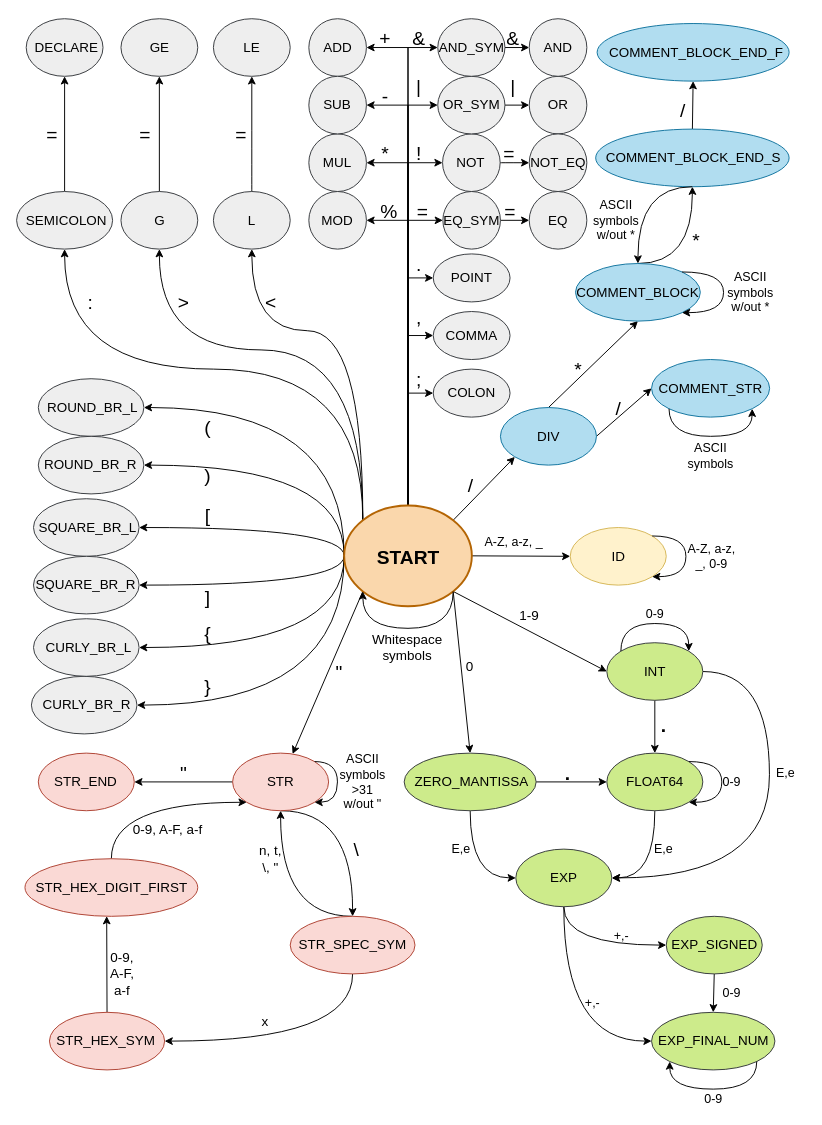
IvoB1n/IFJ keeps this draw.io diagram as FSM_diagram.drawio. Above is the earlier version. Source tidied: cells renumbered, new cells numbered last; positions are measured from the earlier drawing's top-left corner, leaving out a move shared by most shapes. Both pictures are drawn from the tidied source at 96%, with x=0, y=0 at pixel (16, 18).
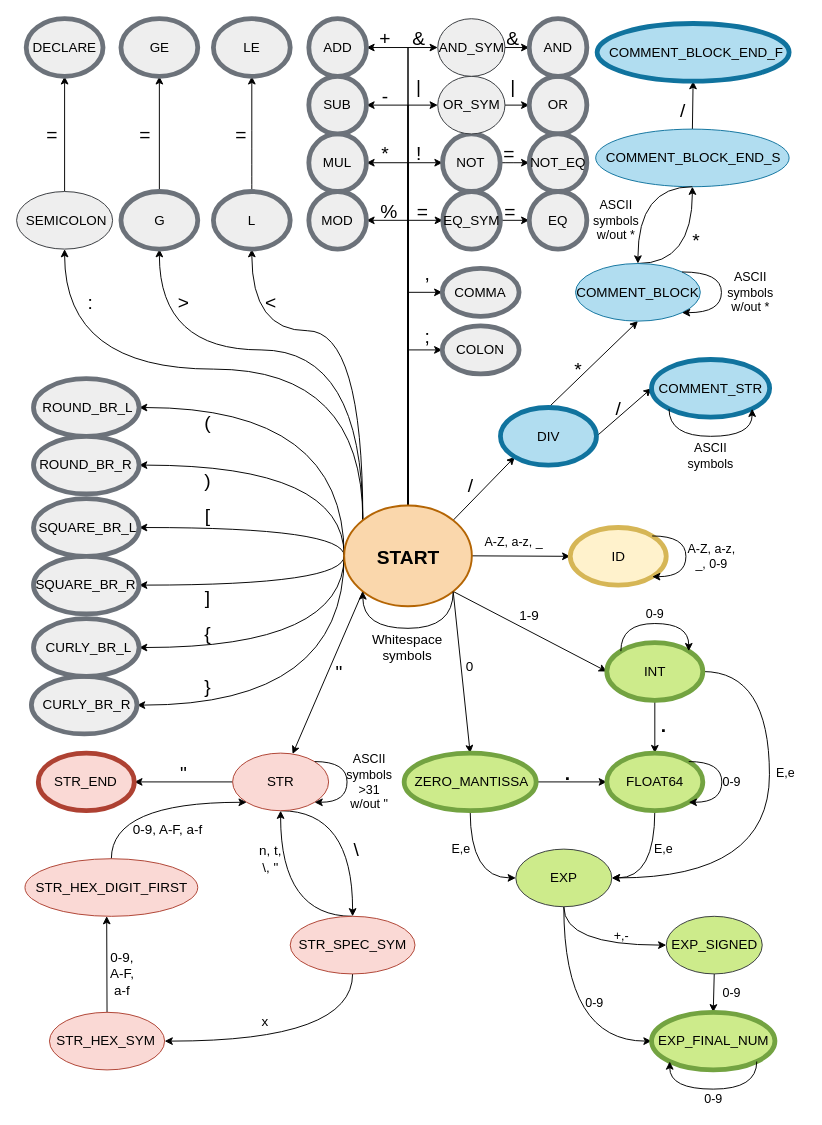
After the change.

Unchanged cells that the change refers to:
```xml
<mxCell id="27" style="ellipse;whiteSpace=wrap;html=1;fontStyle=1;strokeWidth=2;fillColor=#fad7ac;strokeColor=#b46504;" parent="1" vertex="1">
  <mxGeometry x="341" y="507" width="133" height="105" as="geometry" />
</mxCell>
<mxCell id="82" style="ellipse;whiteSpace=wrap;html=1;fillColor=#b1ddf0;strokeColor=#10739e;spacing=2;strokeWidth=1;" parent="1" vertex="1">
  <mxGeometry x="582" y="255" width="130" height="60" as="geometry" />
</mxCell>
<mxCell id="183" style="ellipse;whiteSpace=wrap;html=1;fillColor=#fad9d5;strokeColor=#ae4132;" parent="1" vertex="1">
  <mxGeometry x="224.8" y="765" width="100" height="60" as="geometry" />
</mxCell>
```

Diff of the diagram source:
```diff
@@
-    <mxCell id="25" style="edgeStyle=orthogonalEdgeStyle;rounded=0;jettySize=auto;html=1;exitX=0.5;exitY=0;exitDx=0;exitDy=0;entryX=0;entryY=0.5;entryDx=0;entryDy=0;fontSize=20;" parent="1" edge="1" source="27" target="47">
-      <mxGeometry relative="1" as="geometry" />
-    </mxCell>
@@
-    <mxCell id="29" style="ellipse;whiteSpace=wrap;html=1;fillColor=#eeeeee;strokeColor=#36393d;" parent="1" vertex="1">
-      <mxGeometry x="433.8" y="305" width="80" height="50" as="geometry" />
+    <mxCell id="29" style="ellipse;whiteSpace=wrap;html=1;fillColor=#eeeeee;strokeColor=#6C727A;strokeWidth=5;" parent="1" vertex="1">
+      <mxGeometry x="443.2" y="260" width="80" height="50" as="geometry" />
     </mxCell>
     <mxCell id="30" value="COMMA" style="text;html=1;strokeColor=none;fillColor=none;align=center;verticalAlign=middle;whiteSpace=wrap;rounded=0;fontSize=14;" parent="1" vertex="1">
-      <mxGeometry x="453.8" y="320" width="40" height="20" as="geometry" />
+      <mxGeometry x="463.2" y="275" width="40" height="20" as="geometry" />
     </mxCell>
-    <mxCell id="31" style="ellipse;whiteSpace=wrap;html=1;fillColor=#eeeeee;strokeColor=#36393d;" parent="1" vertex="1">
+    <mxCell id="31" style="ellipse;whiteSpace=wrap;html=1;fillColor=#eeeeee;strokeColor=#6C727A;strokeWidth=5;" parent="1" vertex="1">
       <mxGeometry x="304.2" y="120" width="60" height="60" as="geometry" />
     </mxCell>
@@
-    <mxCell id="33" style="ellipse;whiteSpace=wrap;html=1;fillColor=#eeeeee;strokeColor=#36393d;" parent="1" vertex="1">
+    <mxCell id="33" style="ellipse;whiteSpace=wrap;html=1;fillColor=#eeeeee;strokeWidth=5;strokeColor=#6C727A;" parent="1" vertex="1">
       <mxGeometry x="304.2" width="60" height="60" as="geometry" />
     </mxCell>
@@
-    <mxCell id="35" style="ellipse;whiteSpace=wrap;html=1;fillColor=#eeeeee;strokeColor=#36393d;" parent="1" vertex="1">
+    <mxCell id="35" style="ellipse;whiteSpace=wrap;html=1;fillColor=#eeeeee;strokeColor=#6C727A;strokeWidth=5;" parent="1" vertex="1">
       <mxGeometry x="17.4" y="500" width="110" height="60" as="geometry" />
     </mxCell>
-    <mxCell id="36" style="ellipse;whiteSpace=wrap;html=1;fillColor=#eeeeee;strokeColor=#36393d;" parent="1" vertex="1">
+    <mxCell id="36" style="ellipse;whiteSpace=wrap;html=1;fillColor=#eeeeee;strokeColor=#6C727A;strokeWidth=5;" parent="1" vertex="1">
       <mxGeometry x="17.4" y="560" width="110" height="60" as="geometry" />
     </mxCell>
-    <mxCell id="37" style="ellipse;whiteSpace=wrap;html=1;fillColor=#eeeeee;strokeColor=#36393d;" parent="1" vertex="1">
-      <mxGeometry x="22.4" y="375" width="110" height="60" as="geometry" />
+    <mxCell id="37" style="ellipse;whiteSpace=wrap;html=1;fillColor=#eeeeee;strokeColor=#6C727A;strokeWidth=5;" parent="1" vertex="1">
+      <mxGeometry x="17.4" y="375" width="110" height="60" as="geometry" />
     </mxCell>
     <mxCell id="38" value="ROUND_BR_L" style="text;html=1;strokeColor=none;fillColor=none;align=center;verticalAlign=middle;whiteSpace=wrap;rounded=0;fontSize=14;" parent="1" vertex="1">
-      <mxGeometry x="59" y="395" width="40" height="20" as="geometry" />
+      <mxGeometry x="54" y="395" width="40" height="20" as="geometry" />
     </mxCell>
-    <mxCell id="39" style="ellipse;whiteSpace=wrap;html=1;fillColor=#eeeeee;strokeColor=#36393d;" parent="1" vertex="1">
-      <mxGeometry x="22.4" y="435" width="110" height="60" as="geometry" />
+    <mxCell id="39" style="ellipse;whiteSpace=wrap;html=1;fillColor=#eeeeee;strokeColor=#6C727A;strokeWidth=5;" parent="1" vertex="1">
+      <mxGeometry x="17.4" y="435" width="110" height="60" as="geometry" />
     </mxCell>
     <mxCell id="40" value="ROUND_BR_R" style="text;html=1;strokeColor=none;fillColor=none;align=center;verticalAlign=middle;whiteSpace=wrap;rounded=0;fontSize=14;" parent="1" vertex="1">
-      <mxGeometry x="57.4" y="455" width="40" height="20" as="geometry" />
+      <mxGeometry x="52.4" y="455" width="40" height="20" as="geometry" />
     </mxCell>
-    <mxCell id="41" style="ellipse;whiteSpace=wrap;html=1;fillColor=#eeeeee;strokeColor=#36393d;" parent="1" vertex="1">
+    <mxCell id="41" style="ellipse;whiteSpace=wrap;html=1;fillColor=#eeeeee;strokeColor=#6C727A;strokeWidth=5;" parent="1" vertex="1">
       <mxGeometry x="15.2" y="685" width="110" height="60" as="geometry" />
     </mxCell>
@@
-    <mxCell id="45" style="ellipse;whiteSpace=wrap;html=1;fillColor=#eeeeee;strokeColor=#36393d;" parent="1" vertex="1">
-      <mxGeometry x="433.8" y="365" width="80" height="50" as="geometry" />
+    <mxCell id="45" style="ellipse;whiteSpace=wrap;html=1;fillColor=#eeeeee;strokeColor=#6C727A;strokeWidth=5;" parent="1" vertex="1">
+      <mxGeometry x="443.2" y="320" width="80" height="50" as="geometry" />
     </mxCell>
     <mxCell id="46" value="COLON" style="text;html=1;strokeColor=none;fillColor=none;align=center;verticalAlign=middle;whiteSpace=wrap;rounded=0;fontSize=14;" parent="1" vertex="1">
-      <mxGeometry x="453.8" y="380" width="40" height="20" as="geometry" />
+      <mxGeometry x="463.2" y="335" width="40" height="20" as="geometry" />
     </mxCell>
-    <mxCell id="47" style="ellipse;whiteSpace=wrap;html=1;fillColor=#eeeeee;strokeColor=#36393d;" parent="1" vertex="1">
-      <mxGeometry x="433.8" y="245" width="80" height="50" as="geometry" />
-    </mxCell>
-    <mxCell id="48" value=" POINT" style="text;html=1;strokeColor=none;fillColor=none;align=center;verticalAlign=middle;whiteSpace=wrap;rounded=0;fontSize=14;" parent="1" vertex="1">
-      <mxGeometry x="453.8" y="260" width="40" height="20" as="geometry" />
-    </mxCell>
@@
-    <mxCell id="50" style="ellipse;whiteSpace=wrap;html=1;fillColor=#eeeeee;strokeColor=#36393d;" parent="1" vertex="1">
+    <mxCell id="50" style="ellipse;whiteSpace=wrap;html=1;fillColor=#eeeeee;strokeColor=#6C727A;strokeWidth=5;" parent="1" vertex="1">
       <mxGeometry x="108.5" y="180" width="80" height="60" as="geometry" />
     </mxCell>
@@
-    <mxCell id="53" style="ellipse;whiteSpace=wrap;html=1;fillColor=#eeeeee;strokeColor=#36393d;" parent="1" vertex="1">
+    <mxCell id="53" style="ellipse;whiteSpace=wrap;html=1;fillColor=#eeeeee;strokeColor=#6C727A;strokeWidth=5;" parent="1" vertex="1">
       <mxGeometry x="204.8" y="180" width="80" height="60" as="geometry" />
     </mxCell>
@@
-    <mxCell id="55" style="ellipse;whiteSpace=wrap;html=1;fillColor=#eeeeee;strokeColor=#36393d;" parent="1" vertex="1">
+    <mxCell id="55" style="ellipse;whiteSpace=wrap;html=1;fillColor=#eeeeee;strokeColor=#6C727A;strokeWidth=5;" parent="1" vertex="1">
       <mxGeometry x="108.5" width="80" height="60" as="geometry" />
     </mxCell>
@@
-    <mxCell id="57" style="ellipse;whiteSpace=wrap;html=1;fillColor=#eeeeee;strokeColor=#36393d;" parent="1" vertex="1">
+    <mxCell id="57" style="ellipse;whiteSpace=wrap;html=1;fillColor=#eeeeee;strokeColor=#6C727A;strokeWidth=5;" parent="1" vertex="1">
       <mxGeometry x="204.8" width="80" height="60" as="geometry" />
     </mxCell>
@@
-    <mxCell id="60" style="ellipse;whiteSpace=wrap;html=1;fillColor=#eeeeee;strokeColor=#36393d;" parent="1" vertex="1">
+    <mxCell id="60" style="ellipse;whiteSpace=wrap;html=1;fillColor=#eeeeee;strokeColor=#6C727A;strokeWidth=5;" parent="1" vertex="1">
       <mxGeometry x="443.8" y="180" width="60" height="60" as="geometry" />
     </mxCell>
@@
-    <mxCell id="62" style="ellipse;whiteSpace=wrap;html=1;fillColor=#eeeeee;strokeColor=#36393d;" parent="1" vertex="1">
+    <mxCell id="62" style="ellipse;whiteSpace=wrap;html=1;fillColor=#eeeeee;strokeColor=#6C727A;strokeWidth=5;" parent="1" vertex="1">
       <mxGeometry x="9.8" width="80" height="60" as="geometry" />
     </mxCell>
     <mxCell id="63" value=" DECLARE" style="text;html=1;strokeColor=none;fillColor=none;align=center;verticalAlign=middle;whiteSpace=wrap;rounded=0;fontSize=14;" parent="1" vertex="1">
-      <mxGeometry x="32.4" y="20" width="40" height="20" as="geometry" />
+      <mxGeometry x="29.8" y="20" width="40" height="20" as="geometry" />
     </mxCell>
@@
-    <mxCell id="65" style="ellipse;whiteSpace=wrap;html=1;fillColor=#eeeeee;strokeColor=#36393d;" parent="1" vertex="1">
+    <mxCell id="65" style="ellipse;whiteSpace=wrap;html=1;fillColor=#eeeeee;strokeColor=#6C727A;strokeWidth=5;" parent="1" vertex="1">
       <mxGeometry x="443.5" y="120" width="60" height="60" as="geometry" />
     </mxCell>
@@
-    <mxCell id="67" style="ellipse;whiteSpace=wrap;html=1;fillColor=#eeeeee;strokeColor=#36393d;" parent="1" vertex="1">
+    <mxCell id="67" style="ellipse;whiteSpace=wrap;html=1;fillColor=#eeeeee;strokeColor=#6C727A;strokeWidth=5;" parent="1" vertex="1">
       <mxGeometry x="304.2" y="180" width="60" height="60" as="geometry" />
     </mxCell>
@@
-    <mxCell id="77" style="ellipse;whiteSpace=wrap;html=1;fillColor=#b1ddf0;strokeColor=#10739e;" parent="1" vertex="1">
+    <mxCell id="77" style="ellipse;whiteSpace=wrap;html=1;fillColor=#b1ddf0;strokeColor=#10739e;strokeWidth=5;" parent="1" vertex="1">
       <mxGeometry x="503.8" y="405" width="100" height="60" as="geometry" />
     </mxCell>
@@
-    <mxCell id="79" style="ellipse;whiteSpace=wrap;html=1;fillColor=#b1ddf0;strokeColor=#10739e;" parent="1" vertex="1">
+    <mxCell id="79" style="ellipse;whiteSpace=wrap;html=1;fillColor=#b1ddf0;strokeColor=#10739e;strokeWidth=5;" parent="1" vertex="1">
       <mxGeometry x="661.2" y="355" width="123" height="60" as="geometry" />
     </mxCell>
@@
-    <mxCell id="87" style="ellipse;whiteSpace=wrap;html=1;fillColor=#b1ddf0;strokeColor=#10739e;" parent="1" vertex="1">
+    <mxCell id="87" style="ellipse;whiteSpace=wrap;html=1;fillColor=#b1ddf0;strokeColor=#10739e;strokeWidth=5;" parent="1" vertex="1">
       <mxGeometry x="604.5" y="5" width="200" height="60" as="geometry" />
     </mxCell>
@@
-    <mxCell id="89" style="ellipse;whiteSpace=wrap;html=1;fillColor=#fff2cc;strokeColor=#d6b656;" parent="1" vertex="1">
+    <mxCell id="89" style="ellipse;whiteSpace=wrap;html=1;fillColor=#fff2cc;strokeColor=#d6b656;strokeWidth=5;perimeterSpacing=0;" parent="1" vertex="1">
       <mxGeometry x="576.5" y="530" width="100" height="60" as="geometry" />
     </mxCell>
@@
-    <mxCell id="93" style="ellipse;whiteSpace=wrap;html=1;fillColor=#cdeb8b;strokeColor=#36393d;" parent="1" vertex="1">
+    <mxCell id="93" style="ellipse;whiteSpace=wrap;html=1;fillColor=#CDEB8B;strokeColor=#73A341;strokeWidth=5;" parent="1" vertex="1">
       <mxGeometry x="403.5" y="765" width="137.5" height="60" as="geometry" />
     </mxCell>
@@
-    <mxCell id="97" style="ellipse;whiteSpace=wrap;html=1;fillColor=#cdeb8b;strokeColor=#36393d;" parent="1" vertex="1">
+    <mxCell id="97" style="ellipse;whiteSpace=wrap;html=1;fillColor=#cdeb8b;strokeWidth=5;strokeColor=#73A341;" parent="1" vertex="1">
       <mxGeometry x="614.6" y="650" width="100" height="60" as="geometry" />
     </mxCell>
@@
-    <mxCell id="100" style="ellipse;whiteSpace=wrap;html=1;fillColor=#cdeb8b;strokeColor=#36393d;" parent="1" vertex="1">
+    <mxCell id="100" style="ellipse;whiteSpace=wrap;html=1;fillColor=#CDEB8B;strokeColor=#73A341;strokeWidth=5;" parent="1" vertex="1">
       <mxGeometry x="614.6" y="765" width="100" height="60" as="geometry" />
     </mxCell>
@@
-    <mxCell id="109" style="ellipse;whiteSpace=wrap;html=1;fillColor=#cdeb8b;strokeColor=#36393d;" parent="1" vertex="1">
+    <mxCell id="109" style="ellipse;whiteSpace=wrap;html=1;fillColor=#CDEB8B;strokeColor=#73A341;strokeWidth=5;" parent="1" vertex="1">
       <mxGeometry x="661.2" y="1035" width="128.5" height="60" as="geometry" />
     </mxCell>
@@
-    <mxCell id="111" style="ellipse;whiteSpace=wrap;html=1;fillColor=#eeeeee;strokeColor=#36393d;" parent="1" vertex="1">
+    <mxCell id="111" style="ellipse;whiteSpace=wrap;html=1;fillColor=#eeeeee;strokeColor=#6C727A;strokeWidth=5;" parent="1" vertex="1">
       <mxGeometry x="304.2" y="60" width="60" height="60" as="geometry" />
     </mxCell>
@@
-    <mxCell id="113" style="ellipse;whiteSpace=wrap;html=1;fillColor=#eeeeee;strokeColor=#36393d;" parent="1" vertex="1">
+    <mxCell id="113" style="ellipse;whiteSpace=wrap;html=1;fillColor=#eeeeee;strokeColor=#6C727A;strokeWidth=5;" parent="1" vertex="1">
       <mxGeometry x="17.4" y="625" width="110" height="60" as="geometry" />
     </mxCell>
@@
     <mxCell id="123" style="edgeStyle=orthogonalEdgeStyle;curved=1;rounded=0;orthogonalLoop=1;jettySize=auto;html=1;exitX=1;exitY=0;exitDx=0;exitDy=0;entryX=1;entryY=1;entryDx=0;entryDy=0;fontSize=13;" parent="1" edge="1" source="82" target="82">
       <mxGeometry relative="1" as="geometry">
         <Array as="points">
-          <mxPoint x="736.2" y="264" />
-          <mxPoint x="736.2" y="306" />
+          <mxPoint x="734" y="264" />
+          <mxPoint x="734" y="306" />
         </Array>
       </mxGeometry>
     </mxCell>
@@
-    <mxCell id="143" value="+,-" style="text;html=1;strokeColor=none;fillColor=none;align=center;verticalAlign=middle;whiteSpace=wrap;rounded=0;fontSize=13;" parent="1" vertex="1">
-      <mxGeometry x="579.8" y="1015" width="40" height="20" as="geometry" />
+    <mxCell id="143" value="0-9" style="text;html=1;strokeColor=none;fillColor=none;align=center;verticalAlign=middle;whiteSpace=wrap;rounded=0;fontSize=13;" parent="1" vertex="1">
+      <mxGeometry x="582" y="1015" width="40" height="20" as="geometry" />
     </mxCell>
@@
     <mxCell id="150" value="(" style="text;html=1;strokeColor=none;fillColor=none;align=center;verticalAlign=middle;whiteSpace=wrap;rounded=0;fontSize=20;fontStyle=0;" parent="1" vertex="1">
-      <mxGeometry x="178.5" y="415" width="40" height="20" as="geometry" />
+      <mxGeometry x="178.5" y="415" width="40" height="10" as="geometry" />
     </mxCell>
     <mxCell id="151" value=")" style="text;html=1;strokeColor=none;fillColor=none;align=center;verticalAlign=middle;whiteSpace=wrap;rounded=0;fontSize=20;fontStyle=0;" parent="1" vertex="1">
-      <mxGeometry x="178.5" y="465" width="40" height="20" as="geometry" />
+      <mxGeometry x="178.5" y="475" width="40" height="10" as="geometry" />
     </mxCell>
@@
-    <mxCell id="168" value="." style="text;html=1;strokeColor=none;fillColor=none;align=center;verticalAlign=middle;whiteSpace=wrap;rounded=0;fontSize=20;fontStyle=0;" parent="1" vertex="1">
-      <mxGeometry x="398.5" y="245" width="40" height="20" as="geometry" />
-    </mxCell>
     <mxCell id="169" value="," style="text;html=1;strokeColor=none;fillColor=none;align=center;verticalAlign=middle;whiteSpace=wrap;rounded=0;fontSize=20;fontStyle=0;" parent="1" vertex="1">
-      <mxGeometry x="398.5" y="300" width="40" height="20" as="geometry" />
+      <mxGeometry x="408" y="255" width="40" height="20" as="geometry" />
     </mxCell>
     <mxCell id="170" value=";" style="text;html=1;strokeColor=none;fillColor=none;align=center;verticalAlign=middle;whiteSpace=wrap;rounded=0;fontSize=20;fontStyle=0;" parent="1" vertex="1">
-      <mxGeometry x="398.5" y="365" width="40" height="20" as="geometry" />
+      <mxGeometry x="408" y="320" width="40" height="20" as="geometry" />
     </mxCell>
-    <mxCell id="171" style="ellipse;whiteSpace=wrap;html=1;fillColor=#eeeeee;strokeColor=#36393d;" parent="1" vertex="1">
+    <mxCell id="171" style="ellipse;whiteSpace=wrap;html=1;fillColor=#eeeeee;strokeColor=#6C727A;strokeWidth=5;" parent="1" vertex="1">
       <mxGeometry x="533.8" y="60" width="60" height="60" as="geometry" />
     </mxCell>
@@
-    <mxCell id="173" style="ellipse;whiteSpace=wrap;html=1;fillColor=#eeeeee;strokeColor=#36393d;" parent="1" vertex="1">
+    <mxCell id="173" style="ellipse;whiteSpace=wrap;html=1;fillColor=#eeeeee;strokeColor=#6C727A;strokeWidth=5;" parent="1" vertex="1">
       <mxGeometry x="533.8" width="60" height="60" as="geometry" />
     </mxCell>
@@
-    <mxCell id="178" style="ellipse;whiteSpace=wrap;html=1;fillColor=#eeeeee;strokeColor=#36393d;" parent="1" vertex="1">
+    <mxCell id="178" style="ellipse;whiteSpace=wrap;html=1;fillColor=#eeeeee;strokeColor=#6C727A;strokeWidth=5;" parent="1" vertex="1">
       <mxGeometry x="533.8" y="120" width="60" height="60" as="geometry" />
     </mxCell>
@@
-    <mxCell id="189" style="ellipse;whiteSpace=wrap;html=1;fillColor=#fad9d5;strokeColor=#ae4132;" parent="1" vertex="1">
+    <mxCell id="189" style="ellipse;whiteSpace=wrap;html=1;fillColor=#fad9d5;strokeColor=#ae4132;strokeWidth=5;" parent="1" vertex="1">
       <mxGeometry x="22.4" y="765" width="100" height="60" as="geometry" />
     </mxCell>
@@
     <mxCell id="197" style="edgeStyle=orthogonalEdgeStyle;rounded=0;orthogonalLoop=1;jettySize=auto;html=1;exitX=1;exitY=0;exitDx=0;exitDy=0;entryX=1;entryY=1;entryDx=0;entryDy=0;fontSize=20;curved=1;" parent="1" edge="1" source="183" target="183">
       <mxGeometry relative="1" as="geometry">
         <Array as="points">
-          <mxPoint x="334" y="774" />
-          <mxPoint x="334" y="816" />
+          <mxPoint x="344" y="774" />
+          <mxPoint x="344" y="816" />
         </Array>
       </mxGeometry>
     </mxCell>
     <mxCell id="198" value="ASCII symbols &amp;gt;31 w/out &quot;" style="text;html=1;strokeColor=none;fillColor=none;align=center;verticalAlign=middle;whiteSpace=wrap;rounded=0;fontSize=13;fontStyle=0;" parent="1" vertex="1">
-      <mxGeometry x="334" y="785" width="53" height="20" as="geometry" />
+      <mxGeometry x="341" y="785" width="53" height="20" as="geometry" />
     </mxCell>
@@
-    <mxCell id="208" style="ellipse;whiteSpace=wrap;html=1;fillColor=#eeeeee;strokeColor=#36393d;" parent="1" vertex="1">
+    <mxCell id="208" style="ellipse;whiteSpace=wrap;html=1;fillColor=#eeeeee;strokeColor=#6C727A;strokeWidth=5;" parent="1" vertex="1">
       <mxGeometry x="533.8" y="180" width="60" height="60" as="geometry" />
     </mxCell>
```
